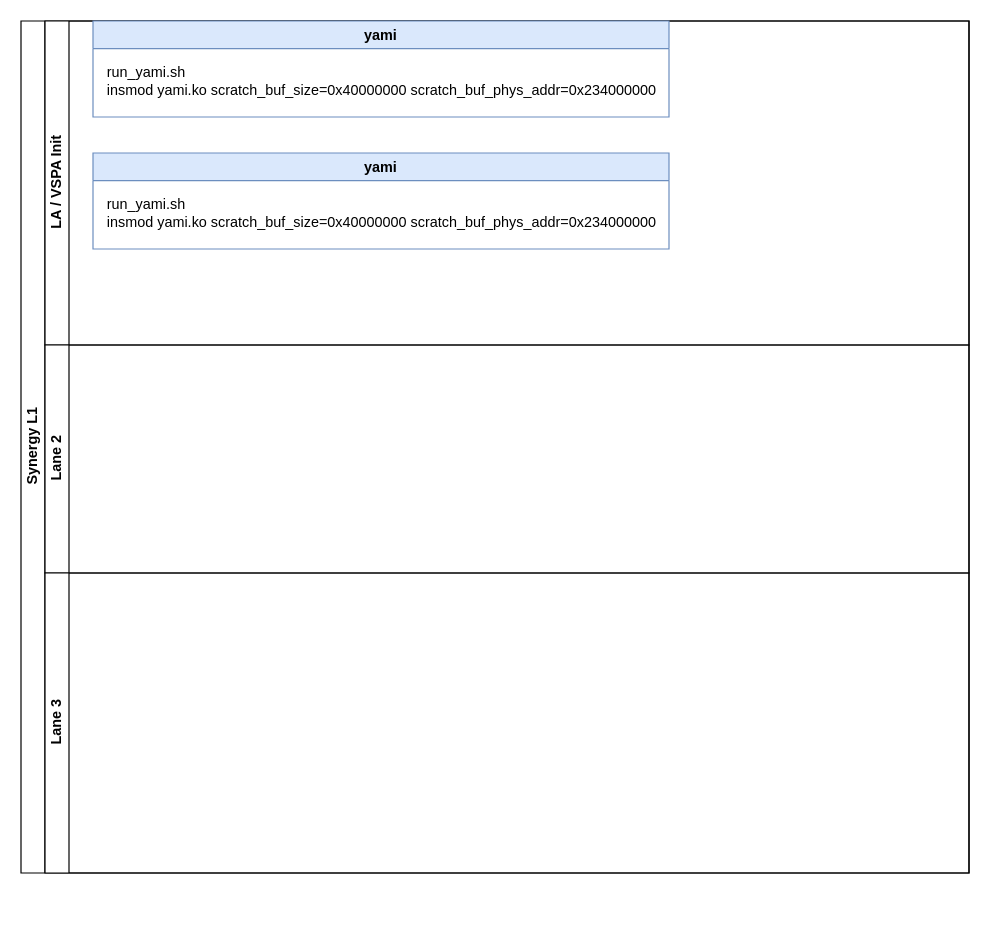
james1023/drawio keeps this draw.io diagram as 未命名绘图.drawio. Above is the earlier version. Source tidied: cells renumbered, new cells numbered last; positions are measured from the earlier drawing's top-left corner, leaving out a move shared by most shapes. Both pictures are drawn from the tidied source at 120%, with x=0, y=0 at pixel (20, 20).
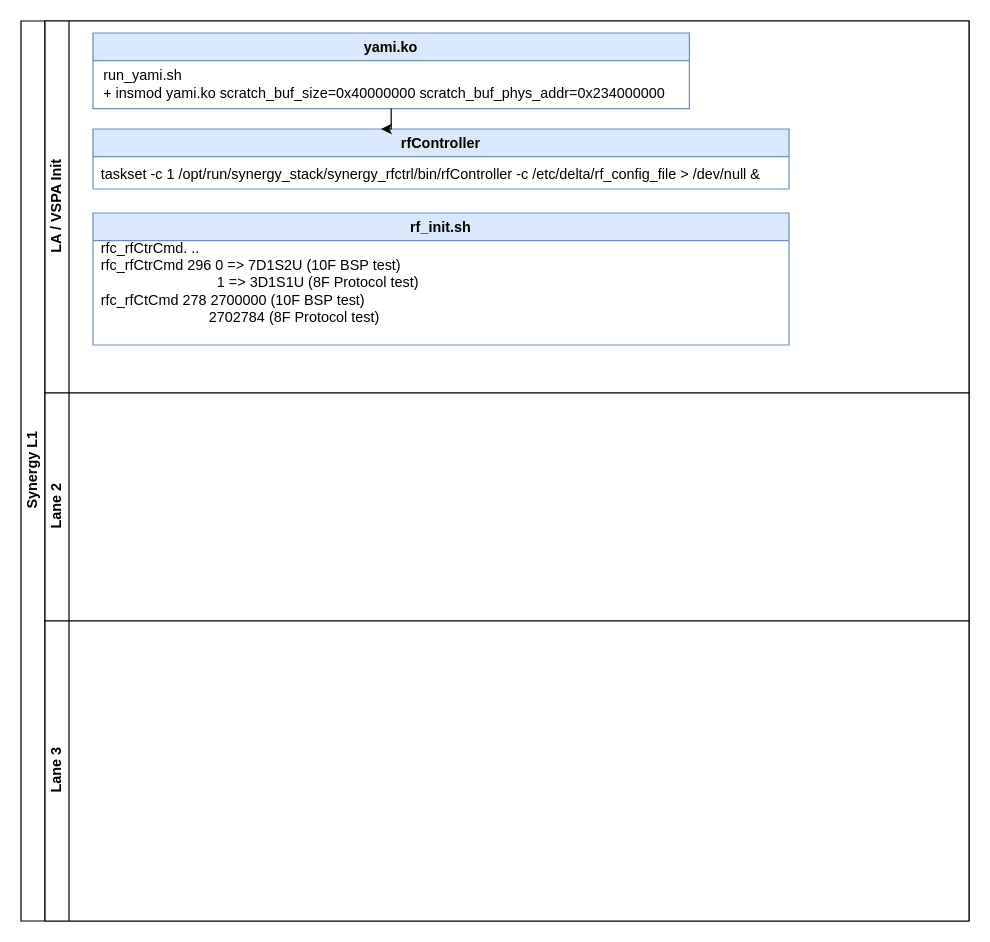
The same page after the edit.

Diff of the diagram source:
```diff
@@
 <mxGraphModel>
   <root>
     <mxCell id="0" />
     <mxCell id="1" parent="0" />
     <mxCell id="2" value="Synergy L1" style="swimlane;html=1;horizontal=0;startSize=20;" parent="1" vertex="1">
-      <mxGeometry width="790" height="710" as="geometry" />
+      <mxGeometry width="790" height="750" as="geometry" />
     </mxCell>
-    <mxCell id="3" value="LA / VSPA Init" style="swimlane;html=1;startSize=20;horizontal=0;" parent="2" vertex="1">
-      <mxGeometry x="20" width="770" height="270" as="geometry" />
+    <mxCell id="3" value="LA / VSPA Init" style="swimlane;html=1;startSize=20;horizontal=0;swimlaneFillColor=default;" parent="2" vertex="1">
+      <mxGeometry x="20" width="770" height="310" as="geometry" />
     </mxCell>
-    <mxCell id="4" value="yami" style="swimlane;whiteSpace=wrap;html=1;fillColor=#dae8fc;strokeColor=#6c8ebf;" parent="3" vertex="1">
-      <mxGeometry x="40" width="480" height="80" as="geometry" />
+    <mxCell id="4" value="yami.ko" style="swimlane;whiteSpace=wrap;html=1;fillColor=#dae8fc;strokeColor=#6c8ebf;swimlaneFillColor=#FFFFFF;" parent="3" vertex="1">
+      <mxGeometry x="40" y="10" width="497" height="63" as="geometry" />
     </mxCell>
-    <mxCell id="5" value="run_yami.sh&lt;br&gt;insmod yami.ko scratch_buf_size=0x40000000 scratch_buf_phys_addr=0x234000000" style="text;html=1;align=left;verticalAlign=middle;strokeColor=none;fillColor=none;" parent="4" vertex="1">
-      <mxGeometry x="10" y="30" width="480" height="40" as="geometry" />
+    <mxCell id="5" value="run_yami.sh&lt;br&gt;+ insmod yami.ko scratch_buf_size=0x40000000 scratch_buf_phys_addr=0x234000000" style="text;html=1;align=left;verticalAlign=middle;strokeColor=none;fillColor=none;" parent="4" vertex="1">
+      <mxGeometry x="7" y="23" width="490" height="40" as="geometry" />
     </mxCell>
-    <mxCell id="6" value="yami" style="swimlane;whiteSpace=wrap;html=1;fillColor=#dae8fc;strokeColor=#6c8ebf;" parent="3" vertex="1">
-      <mxGeometry x="40" y="110" width="480" height="80" as="geometry" />
+    <mxCell id="6" value="rfController" style="swimlane;whiteSpace=wrap;html=1;fillColor=#dae8fc;strokeColor=#6c8ebf;swimlaneFillColor=default;" parent="3" vertex="1">
+      <mxGeometry x="40" y="90" width="580" height="50" as="geometry" />
     </mxCell>
-    <mxCell id="7" value="run_yami.sh&lt;br&gt;insmod yami.ko scratch_buf_size=0x40000000 scratch_buf_phys_addr=0x234000000" style="text;html=1;align=left;verticalAlign=middle;strokeColor=none;fillColor=none;" parent="6" vertex="1">
-      <mxGeometry x="10" y="30" width="480" height="40" as="geometry" />
+    <mxCell id="7" value="taskset -c 1 /opt/run/synergy_stack/synergy_rfctrl/bin/rfController -c /etc/delta/rf_config_file &amp;gt; /dev/null &amp;amp;" style="text;html=1;align=left;verticalAlign=middle;strokeColor=none;fillColor=none;" parent="6" vertex="1">
+      <mxGeometry x="5" y="23" width="570" height="30" as="geometry" />
     </mxCell>
+    <mxCell id="10" style="edgeStyle=orthogonalEdgeStyle;rounded=0;jettySize=auto;html=1;exitX=0.5;exitY=1;exitDx=0;exitDy=0;" parent="3" edge="1" source="4">
+      <mxGeometry relative="1" as="geometry">
+        <mxPoint x="280" y="90" as="targetPoint" />
+        <Array as="points">
+          <mxPoint x="280" y="90" />
+          <mxPoint x="281" y="90" />
+        </Array>
+      </mxGeometry>
+    </mxCell>
+    <mxCell id="11" value="rf_init.sh" style="swimlane;whiteSpace=wrap;html=1;fillColor=#dae8fc;strokeColor=#6c8ebf;swimlaneFillColor=default;" parent="3" vertex="1">
+      <mxGeometry x="40" y="160" width="580" height="110" as="geometry" />
+    </mxCell>
+    <mxCell id="12" value="rfc_rfCtrCmd. ..&lt;br&gt;rfc_rfCtrCmd 296 0 =&amp;gt; 7D1S2U (10F BSP test)&lt;br&gt;&amp;nbsp; &amp;nbsp; &amp;nbsp; &amp;nbsp; &amp;nbsp; &amp;nbsp; &amp;nbsp; &amp;nbsp; &amp;nbsp; &amp;nbsp; &amp;nbsp; &amp;nbsp; &amp;nbsp; &amp;nbsp; &amp;nbsp;1 =&amp;gt; 3D1S1U (8F Protocol test)&lt;br&gt;rfc_rfCtCmd 278 2700000 (10F BSP test)&lt;br&gt;&amp;nbsp; &amp;nbsp; &amp;nbsp; &amp;nbsp; &amp;nbsp; &amp;nbsp; &amp;nbsp; &amp;nbsp; &amp;nbsp; &amp;nbsp; &amp;nbsp; &amp;nbsp; &amp;nbsp; &amp;nbsp;2702784 (8F Protocol test)" style="text;html=1;align=left;verticalAlign=middle;strokeColor=none;fillColor=none;" parent="11" vertex="1">
+      <mxGeometry x="5" y="13" width="290" height="90" as="geometry" />
+    </mxCell>
-    <mxCell id="8" value="Lane 2" style="swimlane;html=1;startSize=20;horizontal=0;" parent="2" vertex="1">
-      <mxGeometry x="20" y="270" width="770" height="190" as="geometry" />
+    <mxCell id="8" value="Lane 2" style="swimlane;html=1;startSize=20;horizontal=0;swimlaneFillColor=default;" parent="2" vertex="1">
+      <mxGeometry x="20" y="310" width="770" height="190" as="geometry" />
     </mxCell>
-    <mxCell id="9" value="Lane 3" style="swimlane;html=1;startSize=20;horizontal=0;" parent="2" vertex="1">
-      <mxGeometry x="20" y="460" width="770" height="250" as="geometry" />
+    <mxCell id="9" value="Lane 3" style="swimlane;html=1;startSize=20;horizontal=0;swimlaneFillColor=default;" parent="2" vertex="1">
+      <mxGeometry x="20" y="500" width="770" height="250" as="geometry" />
     </mxCell>
   </root>
 </mxGraphModel>
```
